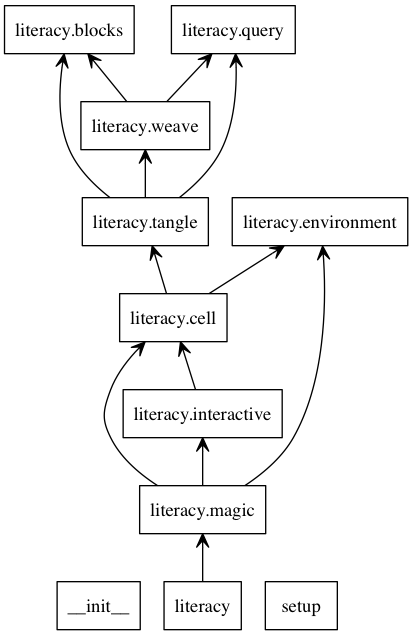
Earlier version of the Graphviz export stories/packages_literacy.png (tonyfast/markdownmagic). Its source is kept beside it as stories/packages_literacy.dot.
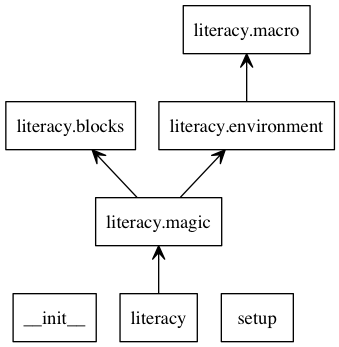
Later version of the same file.

The edit, as a diff of the source:
```diff
@@ -2,26 +2,15 @@
 charset="utf-8"
 rankdir=BT
 "0" [label="__init__", shape="box"];
-"1" [label="literacy", shape="box"];
-"2" [label="literacy.blocks", shape="box"];
-"3" [label="literacy.cell", shape="box"];
+"1" [label="interactive", shape="box"];
+"2" [label="literacy", shape="box"];
+"3" [label="literacy.blocks", shape="box"];
 "4" [label="literacy.environment", shape="box"];
-"5" [label="literacy.interactive", shape="box"];
+"5" [label="literacy.macro", shape="box"];
 "6" [label="literacy.magic", shape="box"];
-"7" [label="literacy.query", shape="box"];
-"8" [label="literacy.tangle", shape="box"];
-"9" [label="literacy.weave", shape="box"];
-"10" [label="setup", shape="box"];
-"1" -> "6" [arrowhead="open", arrowtail="none"];
-"3" -> "4" [arrowhead="open", arrowtail="none"];
-"3" -> "8" [arrowhead="open", arrowtail="none"];
-"5" -> "3" [arrowhead="open", arrowtail="none"];
+"7" [label="setup", shape="box"];
+"2" -> "6" [arrowhead="open", arrowtail="none"];
+"4" -> "5" [arrowhead="open", arrowtail="none"];
 "6" -> "3" [arrowhead="open", arrowtail="none"];
 "6" -> "4" [arrowhead="open", arrowtail="none"];
-"6" -> "5" [arrowhead="open", arrowtail="none"];
-"8" -> "2" [arrowhead="open", arrowtail="none"];
-"8" -> "7" [arrowhead="open", arrowtail="none"];
-"8" -> "9" [arrowhead="open", arrowtail="none"];
-"9" -> "2" [arrowhead="open", arrowtail="none"];
-"9" -> "7" [arrowhead="open", arrowtail="none"];
 }
```
